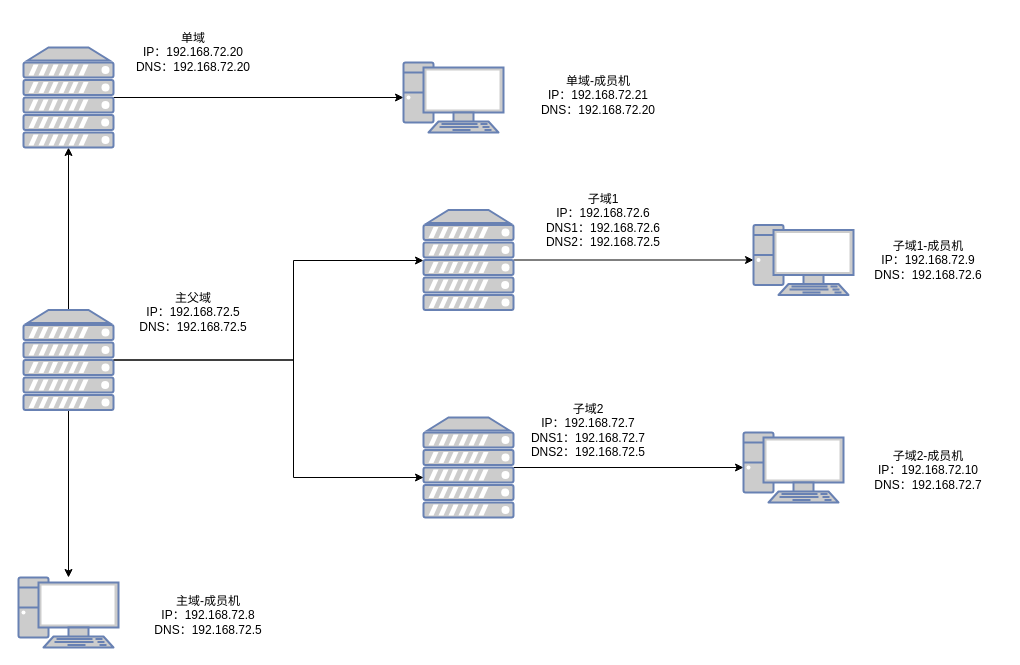
crzliang/drow.io keeps this draw.io diagram as 父子域.drawio. Above is the earlier version. Source tidied: cells renumbered, new cells numbered last; positions are measured from the earlier drawing's top-left corner, leaving out a move shared by most shapes. Both pictures are drawn from the tidied source at 100%, with x=0, y=0 at pixel (18, 17).
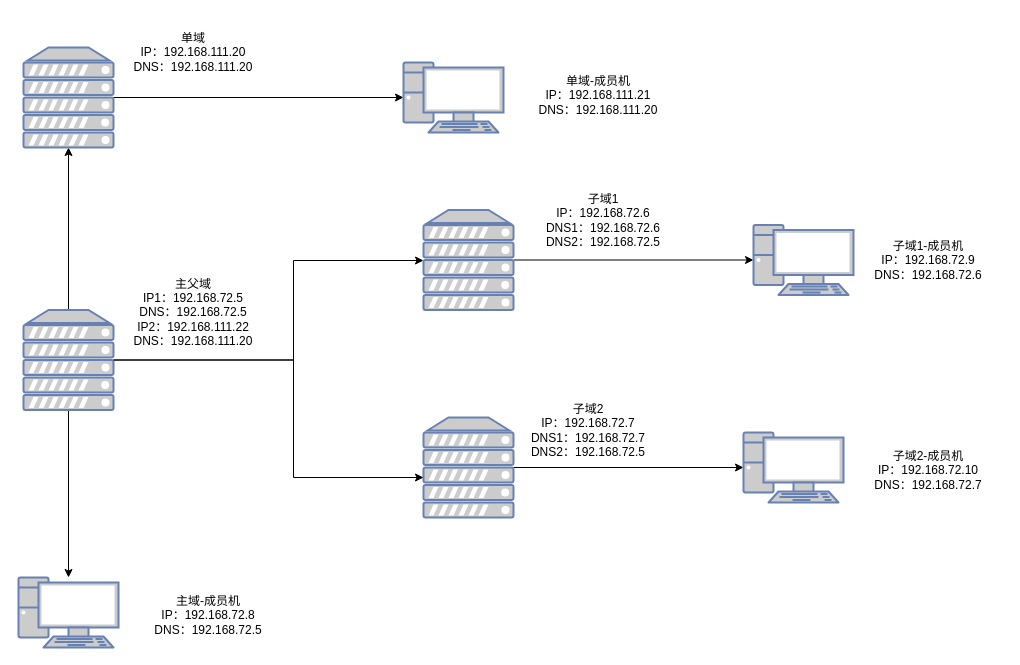
The same page after the edit.

Commit message:
更新父子域.drawio

Change to the diagram source:
```diff
@@
-    <mxCell id="17" value="主父域&lt;br&gt;IP：192.168.72.5&lt;br&gt;DNS：192.168.72.5" style="text;strokeColor=none;align=center;fillColor=none;html=1;verticalAlign=middle;whiteSpace=wrap;rounded=0;" parent="1" vertex="1">
+    <mxCell id="17" value="主父域&lt;br&gt;IP1：192.168.72.5&lt;br&gt;DNS：192.168.72.5&lt;br&gt;IP2：192.168.111.22&lt;br&gt;DNS：192.168.111.20" style="text;strokeColor=none;align=center;fillColor=none;html=1;verticalAlign=middle;whiteSpace=wrap;rounded=0;" parent="1" vertex="1">
       <mxGeometry x="100" y="260" width="150" height="70" as="geometry" />
     </mxCell>
@@
-    <mxCell id="19" value="单域-成员机&lt;br&gt;IP：192.168.72.21&lt;br&gt;DNS：192.168.72.20" style="text;strokeColor=none;align=center;fillColor=none;html=1;verticalAlign=middle;whiteSpace=wrap;rounded=0;" parent="1" vertex="1">
+    <mxCell id="19" value="单域-成员机&lt;br&gt;IP：192.168.111.21&lt;br&gt;DNS：192.168.111.20" style="text;strokeColor=none;align=center;fillColor=none;html=1;verticalAlign=middle;whiteSpace=wrap;rounded=0;" parent="1" vertex="1">
       <mxGeometry x="505" y="45" width="150" height="65" as="geometry" />
     </mxCell>
@@
-    <mxCell id="21" value="单域&lt;br&gt;IP：192.168.72.20&lt;br&gt;DNS：192.168.72.20" style="text;strokeColor=none;align=center;fillColor=none;html=1;verticalAlign=middle;whiteSpace=wrap;rounded=0;" parent="1" vertex="1">
+    <mxCell id="21" value="单域&lt;br&gt;IP：192.168.111.20&lt;br&gt;DNS：192.168.111.20" style="text;strokeColor=none;align=center;fillColor=none;html=1;verticalAlign=middle;whiteSpace=wrap;rounded=0;" parent="1" vertex="1">
       <mxGeometry x="100" width="150" height="70" as="geometry" />
     </mxCell>
```
